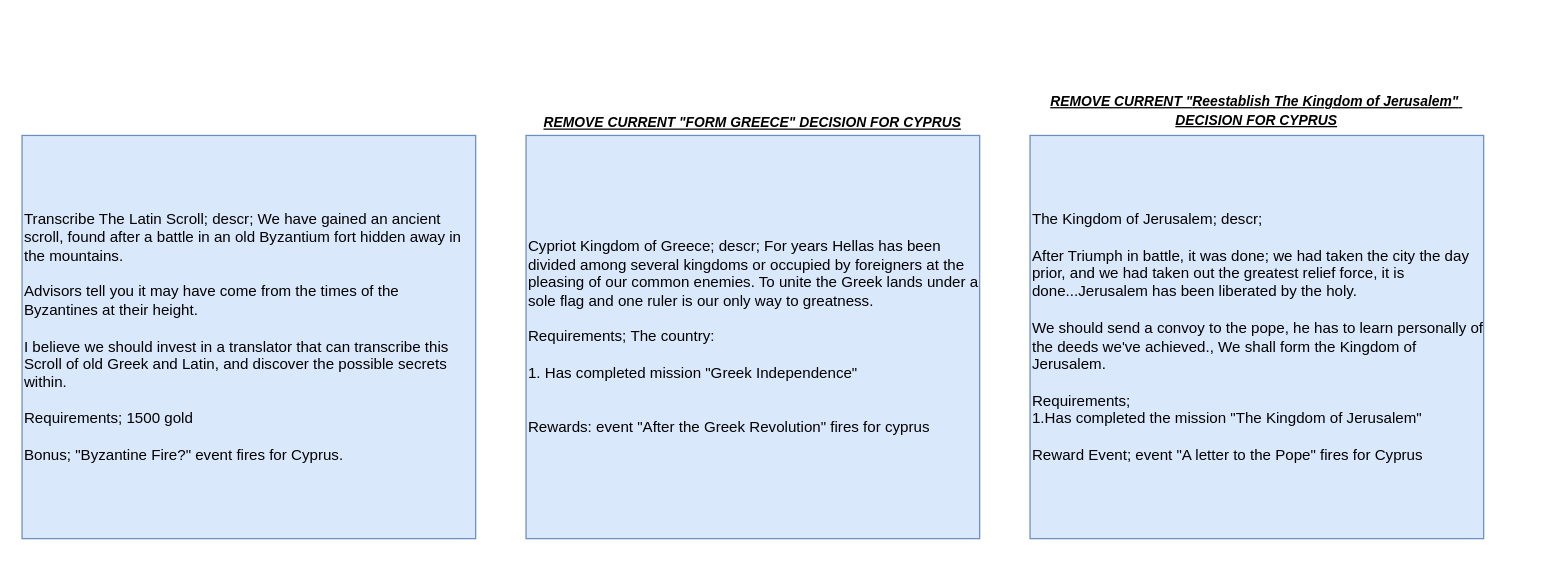
Before: page "Decisions" (2 of 3) of Epirus/Epirus.drawio in Melvasul/Missions-Expanded, a draw.io diagram. Source tidied: cells renumbered, new cells numbered last; positions are measured from the earlier drawing's top-left corner, leaving out a move shared by most shapes. Both pictures are drawn from the tidied source at 126%, with x=0, y=0 at pixel (21, 21).
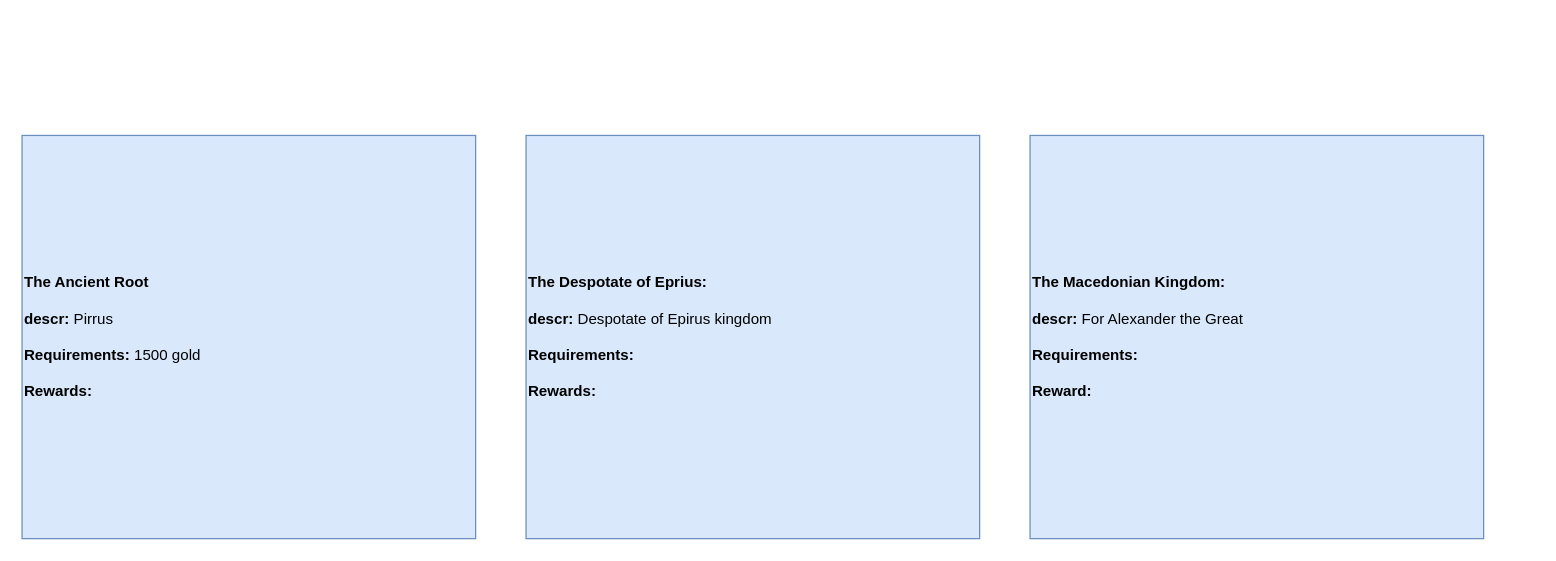
The same page after the edit.

Change to the diagram source:
```diff
@@
 <mxGraphModel>
   <root>
     <mxCell id="0" />
     <mxCell id="1" parent="0" />
-    <mxCell id="2" value="Transcribe The Latin Scroll; descr; We have&amp;nbsp;gained an&amp;nbsp;ancient scroll, found after&amp;nbsp;a battle&amp;nbsp;in an old Byzantium fort hidden away in the mountains.&lt;br&gt;&lt;br&gt;Advisors tell you it may have come from the times of the Byzantines at their height.&lt;br&gt;&amp;nbsp;&amp;nbsp;&lt;br&gt;I believe we should invest in a translator that can transcribe this Scroll of old Greek and Latin, and discover the possible secrets within.&lt;br&gt;&lt;br&gt;Requirements; 1500 gold&lt;br&gt;&lt;br&gt;Bonus; &quot;Byzantine Fire?&quot; event fires for Cyprus." style="rounded=0;whiteSpace=wrap;html=1;align=left;fillColor=#dae8fc;strokeColor=#6c8ebf;" parent="1" vertex="1">
+    <mxCell id="2" value="&lt;b&gt;The Ancient Root&lt;br&gt;&lt;/b&gt;&lt;br&gt;&lt;b&gt;descr:&lt;/b&gt;&amp;nbsp;Pirrus&lt;br&gt;&lt;br&gt;&lt;b&gt;Requirements:&lt;/b&gt; 1500 gold&lt;br&gt;&lt;br&gt;&lt;b&gt;Rewards:&lt;/b&gt;&amp;nbsp;" style="rounded=0;whiteSpace=wrap;html=1;align=left;fillColor=#dae8fc;strokeColor=#6c8ebf;" parent="1" vertex="1">
       <mxGeometry y="90" width="360" height="320" as="geometry" />
     </mxCell>
-    <mxCell id="3" value="Cypriot Kingdom of Greece; descr; For years Hellas has been divided among several kingdoms or occupied by foreigners at the pleasing of our common enemies. To unite the Greek lands under a sole flag and one ruler is our only way to greatness.&lt;br&gt;&lt;br&gt;Requirements;&amp;nbsp;&lt;span&gt;The country:&lt;/span&gt;&lt;div&gt;&lt;br&gt;&lt;/div&gt;&lt;div&gt;1. Has completed mission &quot;Greek Independence&quot;&lt;/div&gt;&lt;div&gt;&lt;br&gt;&lt;/div&gt;&lt;br&gt;Rewards: event &quot;After the Greek Revolution&quot; fires for cyprus" style="rounded=0;whiteSpace=wrap;html=1;align=left;fillColor=#dae8fc;strokeColor=#6c8ebf;" parent="1" vertex="1">
+    <mxCell id="3" value="&lt;b&gt;The Despotate of Eprius:&lt;br&gt;&lt;/b&gt;&lt;br&gt;&lt;b&gt;descr:&lt;/b&gt;&amp;nbsp;Despotate of Epirus kingdom&lt;br&gt;&lt;br&gt;&lt;b&gt;Requirements:&lt;br&gt;&lt;/b&gt;&lt;br&gt;&lt;b&gt;Rewards:&lt;/b&gt;&amp;nbsp;" style="rounded=0;whiteSpace=wrap;html=1;align=left;fillColor=#dae8fc;strokeColor=#6c8ebf;" parent="1" vertex="1">
       <mxGeometry x="400" y="90" width="360" height="320" as="geometry" />
     </mxCell>
-    <mxCell id="4" value="&lt;font style=&quot;font-size: 11px&quot;&gt;&lt;b&gt;&lt;i&gt;&lt;u&gt;REMOVE CURRENT &quot;FORM GREECE&quot; DECISION FOR CYPRUS&lt;/u&gt;&lt;/i&gt;&lt;/b&gt;&lt;/font&gt;" style="text;html=1;strokeColor=none;fillColor=none;align=center;verticalAlign=middle;whiteSpace=wrap;rounded=0;" parent="1" vertex="1">
-      <mxGeometry x="360" y="10" width="440" height="140" as="geometry" />
-    </mxCell>
-    <mxCell id="5" value="The Kingdom of Jerusalem; descr;&amp;nbsp;&lt;br&gt;&lt;br&gt;After Triumph in battle, it was done; we had taken the city the day prior, and we had taken out the greatest relief force, it is done...Jerusalem has been liberated by the holy.&lt;br&gt;&lt;br&gt;We should send a convoy to the pope, he has to learn personally of the deeds we've achieved., We shall form the Kingdom of Jerusalem.&lt;br&gt;&lt;br&gt;Requirements;&lt;br&gt;1.Has completed the mission &quot;The Kingdom of Jerusalem&quot;&lt;br&gt;&lt;br&gt;Reward Event; event &quot;A letter to the Pope&quot; fires for Cyprus" style="rounded=0;whiteSpace=wrap;html=1;align=left;fillColor=#dae8fc;strokeColor=#6c8ebf;" parent="1" vertex="1">
+    <mxCell id="5" value="&lt;b&gt;The Macedonian Kingdom:&lt;/b&gt;&lt;br&gt;&lt;br&gt;&lt;b&gt;descr:&lt;/b&gt;&amp;nbsp;For Alexander the Great&lt;br&gt;&lt;br&gt;&lt;b&gt;Requirements:&lt;/b&gt;&lt;br&gt;&lt;br&gt;&lt;b&gt;Reward:&lt;/b&gt;&amp;nbsp;" style="rounded=0;whiteSpace=wrap;html=1;align=left;fillColor=#dae8fc;strokeColor=#6c8ebf;" parent="1" vertex="1">
       <mxGeometry x="800" y="90" width="360" height="320" as="geometry" />
     </mxCell>
-    <mxCell id="6" value="&lt;font&gt;&lt;i&gt;&lt;u&gt;&lt;b style=&quot;font-size: 11px&quot;&gt;REMOVE CURRENT &quot;&lt;/b&gt;&lt;span style=&quot;font-size: 11px&quot;&gt;&lt;b&gt;Reestablish The Kingdom of Jerusalem&quot;&lt;/b&gt;&lt;/span&gt;&lt;b style=&quot;font-size: 11px&quot;&gt;&amp;nbsp;&lt;br&gt;DECISION FOR CYPRUS&lt;/b&gt;&lt;/u&gt;&lt;/i&gt;&lt;/font&gt;" style="text;html=1;strokeColor=none;fillColor=none;align=center;verticalAlign=middle;whiteSpace=wrap;rounded=0;" parent="1" vertex="1">
-      <mxGeometry x="760" width="440" height="140" as="geometry" />
-    </mxCell>
   </root>
 </mxGraphModel>
```
